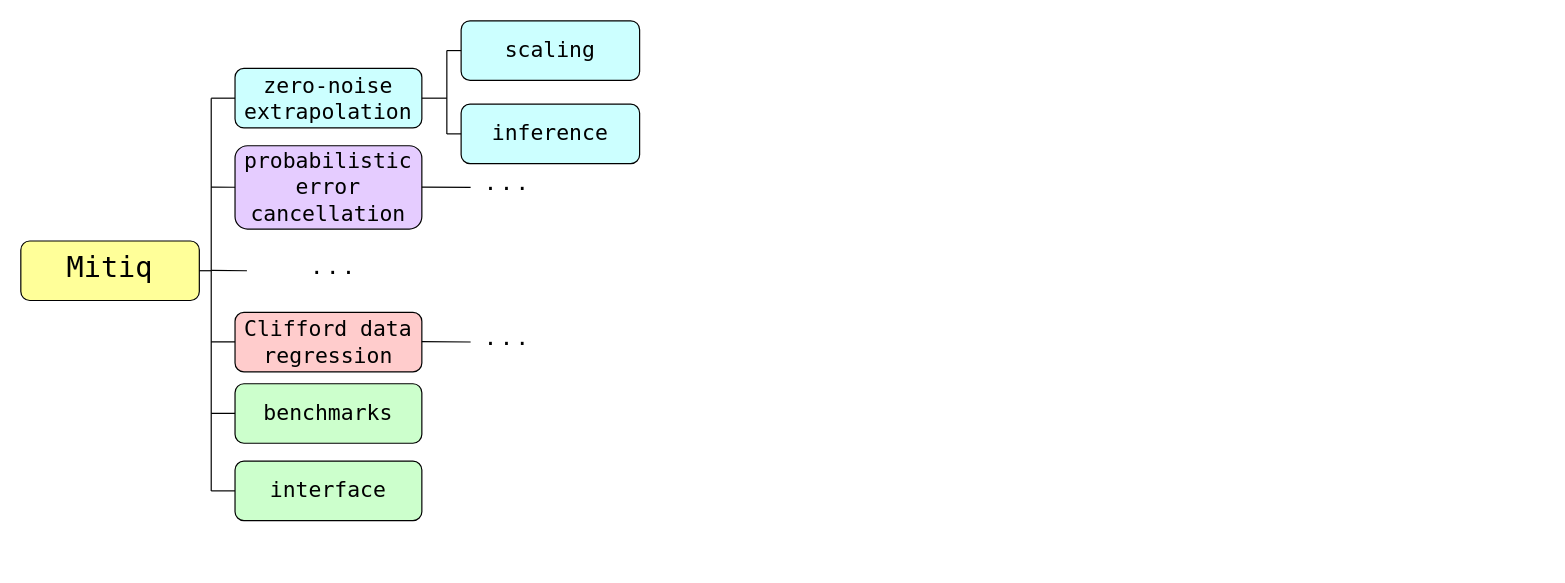
This is page "mitiq lib stucture" (1 of 10) of drawings.drawio from victor-onofre/QAOA_Error_Mitigation, a draw.io file, before an edit. Source tidied: cells renumbered, new cells numbered last; positions are measured from the earlier drawing's top-left corner, leaving out a move shared by most shapes. Both pictures are drawn from the tidied source at 119%, with x=0, y=0 at pixel (20, 20).
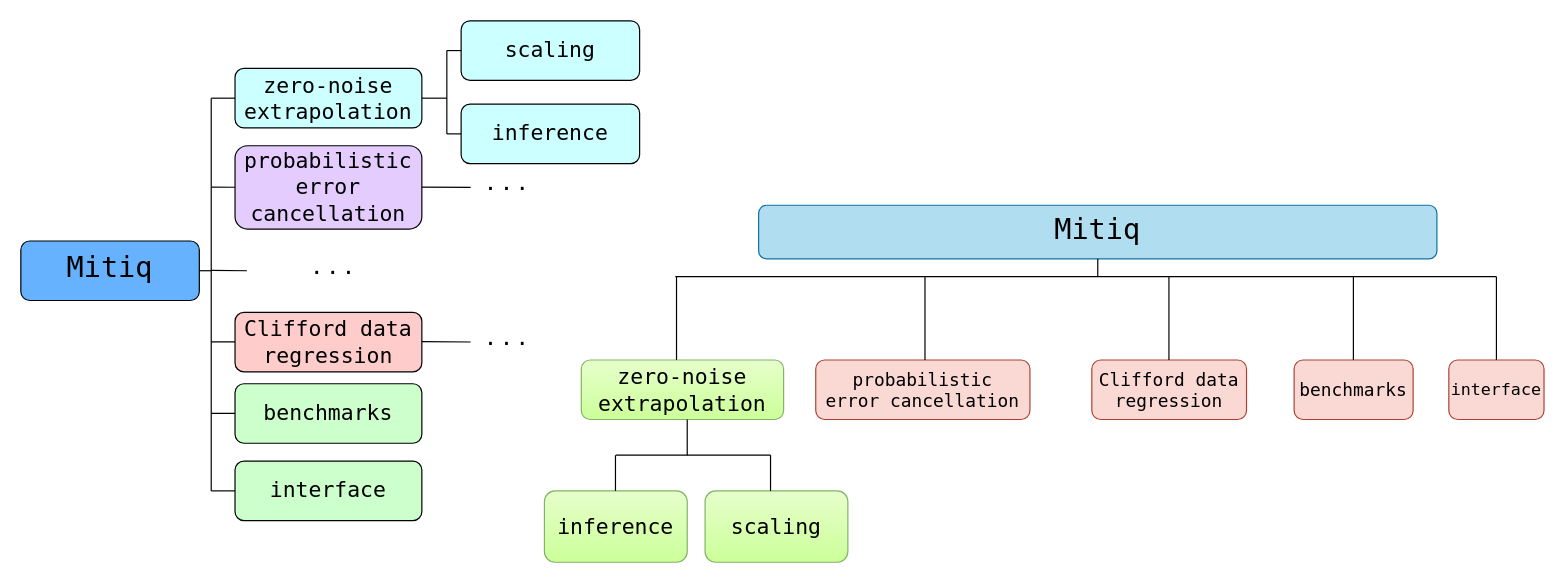
The same diagram, later.

The edit, as a diff of the source:
```diff
@@
-    <mxCell id="2" value="&lt;p style=&quot;line-height: 120%;&quot;&gt;&lt;font face=&quot;Lucida Console&quot; style=&quot;font-size: 24px;&quot;&gt;Mitiq&lt;/font&gt;&lt;/p&gt;" style="rounded=1;whiteSpace=wrap;html=1;fillColor=#FFFF99;" parent="1" vertex="1">
+    <mxCell id="2" value="&lt;p style=&quot;line-height: 120%;&quot;&gt;&lt;font face=&quot;Lucida Console&quot; style=&quot;font-size: 24px;&quot;&gt;Mitiq&lt;/font&gt;&lt;/p&gt;" style="rounded=1;whiteSpace=wrap;html=1;fillColor=#66B2FF;" parent="1" vertex="1">
       <mxGeometry y="185" width="150" height="50" as="geometry" />
     </mxCell>
@@
+    <mxCell id="27" value="&lt;p style=&quot;line-height: 120%;&quot;&gt;&lt;font face=&quot;Lucida Console&quot; style=&quot;font-size: 24px;&quot;&gt;Mitiq&lt;/font&gt;&lt;/p&gt;" style="rounded=1;whiteSpace=wrap;html=1;fillColor=#b1ddf0;strokeColor=#10739e;" parent="1" vertex="1">
+      <mxGeometry x="620" y="155" width="570" height="45" as="geometry" />
+    </mxCell>
+    <mxCell id="28" value="&lt;font face=&quot;Lucida Console&quot; style=&quot;font-size: 18px;&quot;&gt;zero-noise&lt;/font&gt;&lt;div&gt;&lt;font face=&quot;Lucida Console&quot; style=&quot;font-size: 18px;&quot;&gt;extrapolation&lt;/font&gt;&lt;/div&gt;" style="rounded=1;whiteSpace=wrap;html=1;fillColor=#E6FFCC;strokeColor=#82b366;gradientColor=#CCFF99;" parent="1" vertex="1">
+      <mxGeometry x="471" y="285" width="170" height="50" as="geometry" />
+    </mxCell>
+    <mxCell id="29" value="&lt;font style=&quot;font-size: 15px;&quot; face=&quot;Lucida Console&quot;&gt;probabilistic&lt;/font&gt;&lt;div style=&quot;font-size: 15px;&quot;&gt;&lt;font style=&quot;font-size: 15px;&quot; face=&quot;Lucida Console&quot;&gt;error cancellation&lt;/font&gt;&lt;/div&gt;" style="rounded=1;whiteSpace=wrap;html=1;fillColor=#fad9d5;strokeColor=#ae4132;" parent="1" vertex="1">
+      <mxGeometry x="668" y="285" width="180" height="50" as="geometry" />
+    </mxCell>
+    <mxCell id="30" value="&lt;font style=&quot;font-size: 15px;&quot; face=&quot;Lucida Console&quot;&gt;Clifford data&lt;/font&gt;&lt;div style=&quot;font-size: 15px;&quot;&gt;&lt;font style=&quot;font-size: 15px;&quot; face=&quot;Lucida Console&quot;&gt;regression&lt;/font&gt;&lt;/div&gt;" style="rounded=1;whiteSpace=wrap;html=1;fillColor=#fad9d5;strokeColor=#ae4132;" parent="1" vertex="1">
+      <mxGeometry x="900" y="285" width="130" height="50" as="geometry" />
+    </mxCell>
+    <mxCell id="31" value="&lt;font style=&quot;font-size: 15px;&quot; face=&quot;Lucida Console&quot;&gt;benchmarks&lt;/font&gt;" style="rounded=1;whiteSpace=wrap;html=1;fillColor=#fad9d5;strokeColor=#ae4132;" parent="1" vertex="1">
+      <mxGeometry x="1070" y="285" width="100" height="50" as="geometry" />
+    </mxCell>
+    <mxCell id="32" value="&lt;font style=&quot;font-size: 14px;&quot; face=&quot;Lucida Console&quot;&gt;interface&lt;/font&gt;" style="rounded=1;whiteSpace=wrap;html=1;fillColor=#fad9d5;strokeColor=#ae4132;" parent="1" vertex="1">
+      <mxGeometry x="1200" y="285" width="80" height="50" as="geometry" />
+    </mxCell>
+    <mxCell id="33" style="endArrow=none;html=1;rounded=0;entryX=0.5;entryY=1;entryDx=0;entryDy=0;" parent="1" edge="1" target="27">
+      <mxGeometry relative="1" as="geometry">
+        <mxPoint x="905" y="215" as="sourcePoint" />
+      </mxGeometry>
+    </mxCell>
+    <mxCell id="34" style="endArrow=none;html=1;rounded=0;" parent="1" edge="1">
+      <mxGeometry relative="1" as="geometry">
+        <mxPoint x="1240" y="215" as="sourcePoint" />
+        <mxPoint x="550" y="215" as="targetPoint" />
+      </mxGeometry>
+    </mxCell>
+    <mxCell id="35" style="endArrow=none;html=1;rounded=0;exitX=0.5;exitY=0;exitDx=0;exitDy=0;" parent="1" edge="1" source="32">
+      <mxGeometry relative="1" as="geometry">
+        <mxPoint x="1240" y="215" as="targetPoint" />
+      </mxGeometry>
+    </mxCell>
+    <mxCell id="36" style="endArrow=none;html=1;rounded=0;exitX=0.5;exitY=0;exitDx=0;exitDy=0;" parent="1" edge="1">
+      <mxGeometry relative="1" as="geometry">
+        <mxPoint x="1119.8" y="285" as="sourcePoint" />
+        <mxPoint x="1119.8" y="215" as="targetPoint" />
+      </mxGeometry>
+    </mxCell>
+    <mxCell id="37" style="endArrow=none;html=1;rounded=0;exitX=0.5;exitY=0;exitDx=0;exitDy=0;" parent="1" edge="1">
+      <mxGeometry relative="1" as="geometry">
+        <mxPoint x="964.8" y="285" as="sourcePoint" />
+        <mxPoint x="964.8" y="215" as="targetPoint" />
+      </mxGeometry>
+    </mxCell>
+    <mxCell id="38" style="endArrow=none;html=1;rounded=0;exitX=0.5;exitY=0;exitDx=0;exitDy=0;" parent="1" edge="1">
+      <mxGeometry relative="1" as="geometry">
+        <mxPoint x="759.8" y="285" as="sourcePoint" />
+        <mxPoint x="759.8" y="215" as="targetPoint" />
+      </mxGeometry>
+    </mxCell>
+    <mxCell id="39" style="endArrow=none;html=1;rounded=0;" parent="1" edge="1">
+      <mxGeometry relative="1" as="geometry">
+        <mxPoint x="551" y="285" as="sourcePoint" />
+        <mxPoint x="551" y="215" as="targetPoint" />
+      </mxGeometry>
+    </mxCell>
+    <mxCell id="40" value="&lt;font face=&quot;Lucida Console&quot;&gt;&lt;span style=&quot;font-size: 18px;&quot;&gt;scaling&lt;/span&gt;&lt;/font&gt;" style="rounded=1;whiteSpace=wrap;html=1;fillColor=#E6FFCC;strokeColor=#82b366;gradientColor=#CCFF99;" parent="1" vertex="1">
+      <mxGeometry x="575" y="395" width="120" height="60" as="geometry" />
+    </mxCell>
+    <mxCell id="41" value="&lt;font face=&quot;Lucida Console&quot;&gt;&lt;span style=&quot;font-size: 18px;&quot;&gt;inference&lt;/span&gt;&lt;/font&gt;" style="rounded=1;whiteSpace=wrap;html=1;fillColor=#E6FFCC;strokeColor=#82b366;gradientColor=#CCFF99;" parent="1" vertex="1">
+      <mxGeometry x="440" y="395" width="120" height="60" as="geometry" />
+    </mxCell>
+    <mxCell id="42" style="endArrow=none;html=1;rounded=0;" parent="1" edge="1">
+      <mxGeometry relative="1" as="geometry">
+        <mxPoint x="560" y="365" as="sourcePoint" />
+        <mxPoint x="560" y="335" as="targetPoint" />
+      </mxGeometry>
+    </mxCell>
+    <mxCell id="43" style="endArrow=none;html=1;rounded=0;" parent="1" edge="1">
+      <mxGeometry relative="1" as="geometry">
+        <mxPoint x="630" y="365" as="sourcePoint" />
+        <mxPoint x="500" y="365" as="targetPoint" />
+      </mxGeometry>
+    </mxCell>
+    <mxCell id="44" style="endArrow=none;html=1;rounded=0;" parent="1" edge="1">
+      <mxGeometry relative="1" as="geometry">
+        <mxPoint x="499.7" y="395" as="sourcePoint" />
+        <mxPoint x="499.7" y="365" as="targetPoint" />
+      </mxGeometry>
+    </mxCell>
+    <mxCell id="45" style="endArrow=none;html=1;rounded=0;" parent="1" edge="1">
+      <mxGeometry relative="1" as="geometry">
+        <mxPoint x="630" y="395" as="sourcePoint" />
+        <mxPoint x="630" y="365" as="targetPoint" />
+      </mxGeometry>
+    </mxCell>
```
